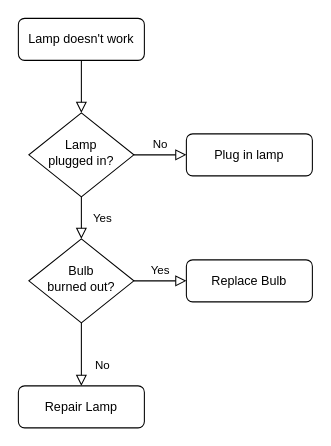
Before: 播放器流程图/未命名绘图.drawio in yihenghua/Audio_Video_development, a draw.io diagram. Source tidied: cells renumbered, new cells numbered last; positions are measured from the earlier drawing's top-left corner, leaving out a move shared by most shapes. Both pictures are drawn from the tidied source at 105%, with x=0, y=0 at pixel (18, 18).
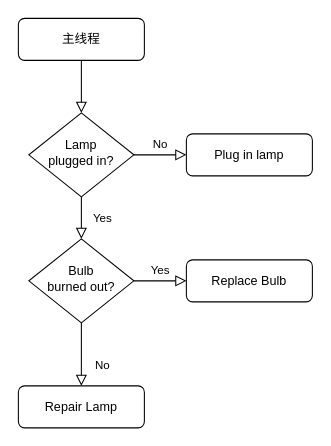
After the change.

Commit message:
更新未命名绘图.drawio

Change to the diagram source:
```diff
@@
 <mxGraphModel>
   <root>
     <mxCell id="0" />
     <mxCell id="1" parent="0" />
     <mxCell id="2" style="rounded=0;html=1;jettySize=auto;fontSize=11;endArrow=block;endFill=0;endSize=8;strokeWidth=1;shadow=0;labelBackgroundColor=none;edgeStyle=orthogonalEdgeStyle;" parent="1" edge="1" source="3" target="6">
       <mxGeometry relative="1" as="geometry" />
     </mxCell>
-    <mxCell id="3" value="Lamp doesn't work" style="rounded=1;whiteSpace=wrap;html=1;fontSize=12;glass=0;strokeWidth=1;shadow=0;" parent="1" vertex="1">
+    <mxCell id="3" value="主线程" style="rounded=1;whiteSpace=wrap;html=1;fontSize=12;glass=0;strokeWidth=1;shadow=0;" parent="1" vertex="1">
       <mxGeometry width="120" height="40" as="geometry" />
     </mxCell>
     <mxCell id="4" value="Yes" style="rounded=0;html=1;jettySize=auto;fontSize=11;endArrow=block;endFill=0;endSize=8;strokeWidth=1;shadow=0;labelBackgroundColor=none;edgeStyle=orthogonalEdgeStyle;" parent="1" edge="1" source="6" target="10">
       <mxGeometry y="20" relative="1" as="geometry" />
     </mxCell>
     <mxCell id="5" value="No" style="edgeStyle=orthogonalEdgeStyle;rounded=0;html=1;jettySize=auto;fontSize=11;endArrow=block;endFill=0;endSize=8;strokeWidth=1;shadow=0;labelBackgroundColor=none;" parent="1" edge="1" source="6" target="7">
       <mxGeometry y="10" relative="1" as="geometry" />
     </mxCell>
     <mxCell id="6" value="Lamp&lt;br&gt;plugged in?" style="rhombus;whiteSpace=wrap;html=1;shadow=0;fontFamily=Helvetica;fontSize=12;align=center;strokeWidth=1;spacing=6;spacingTop=-4;" parent="1" vertex="1">
       <mxGeometry x="10" y="90" width="100" height="80" as="geometry" />
     </mxCell>
     <mxCell id="7" value="Plug in lamp" style="rounded=1;whiteSpace=wrap;html=1;fontSize=12;glass=0;strokeWidth=1;shadow=0;" parent="1" vertex="1">
       <mxGeometry x="160" y="110" width="120" height="40" as="geometry" />
     </mxCell>
     <mxCell id="8" value="No" style="rounded=0;html=1;jettySize=auto;fontSize=11;endArrow=block;endFill=0;endSize=8;strokeWidth=1;shadow=0;labelBackgroundColor=none;edgeStyle=orthogonalEdgeStyle;" parent="1" edge="1" source="10" target="11">
       <mxGeometry x="0.33" y="20" relative="1" as="geometry" />
     </mxCell>
     <mxCell id="9" value="Yes" style="edgeStyle=orthogonalEdgeStyle;rounded=0;html=1;jettySize=auto;fontSize=11;endArrow=block;endFill=0;endSize=8;strokeWidth=1;shadow=0;labelBackgroundColor=none;" parent="1" edge="1" source="10" target="12">
       <mxGeometry y="10" relative="1" as="geometry" />
     </mxCell>
     <mxCell id="10" value="Bulb&lt;br&gt;burned out?" style="rhombus;whiteSpace=wrap;html=1;shadow=0;fontFamily=Helvetica;fontSize=12;align=center;strokeWidth=1;spacing=6;spacingTop=-4;" parent="1" vertex="1">
       <mxGeometry x="10" y="210" width="100" height="80" as="geometry" />
     </mxCell>
     <mxCell id="11" value="Repair Lamp" style="rounded=1;whiteSpace=wrap;html=1;fontSize=12;glass=0;strokeWidth=1;shadow=0;" parent="1" vertex="1">
       <mxGeometry y="350" width="120" height="40" as="geometry" />
     </mxCell>
     <mxCell id="12" value="Replace Bulb" style="rounded=1;whiteSpace=wrap;html=1;fontSize=12;glass=0;strokeWidth=1;shadow=0;" parent="1" vertex="1">
       <mxGeometry x="160" y="230" width="120" height="40" as="geometry" />
     </mxCell>
   </root>
 </mxGraphModel>
```
